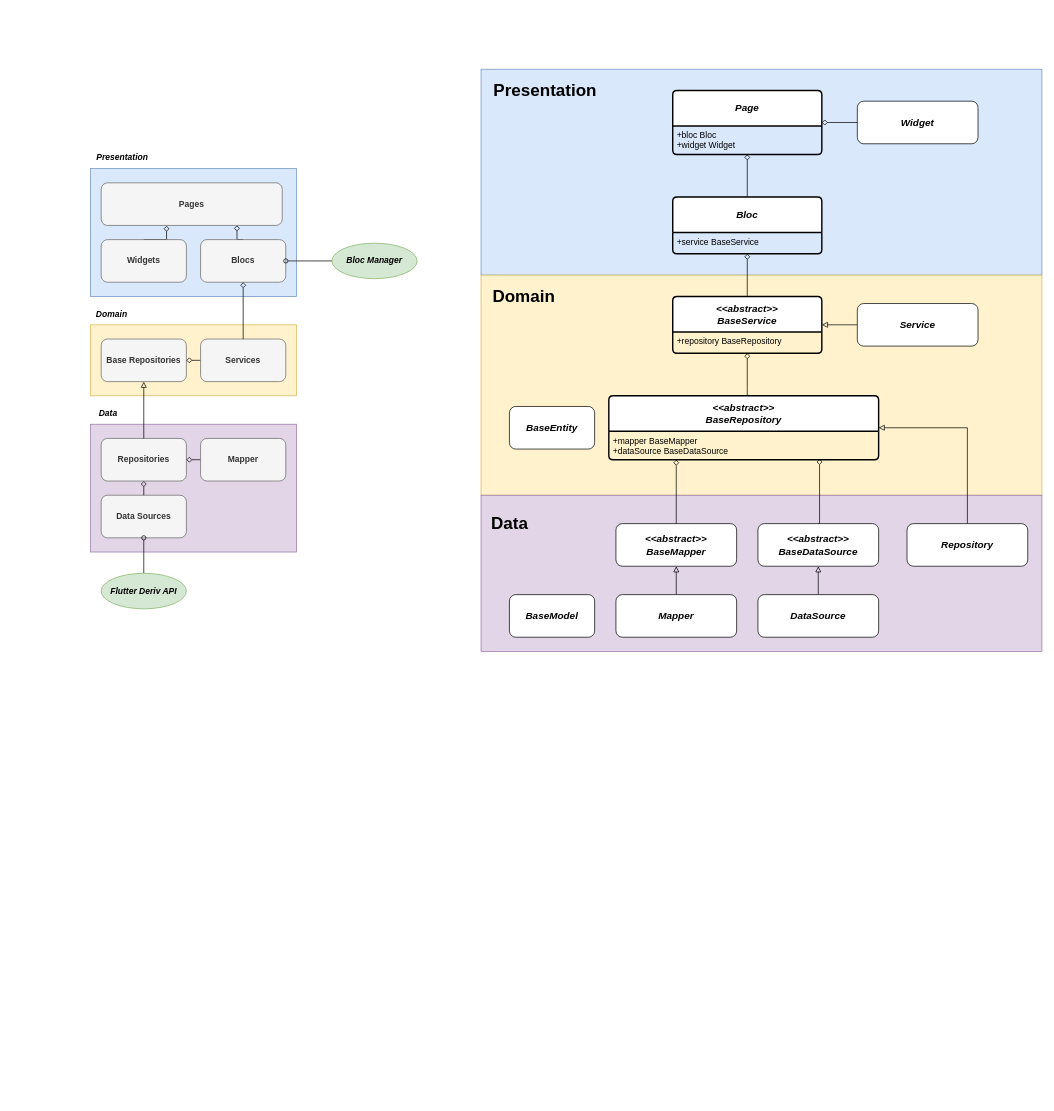
Before: deriv_architecture.drawio in hamed-rezaee/flutter_component_architecture_poc, a draw.io diagram. Source tidied: cells renumbered, new cells numbered last; positions are measured from the earlier drawing's top-left corner, leaving out a move shared by most shapes. Both pictures are drawn from the tidied source at 71%, with x=0, y=0 at pixel (90, 69).
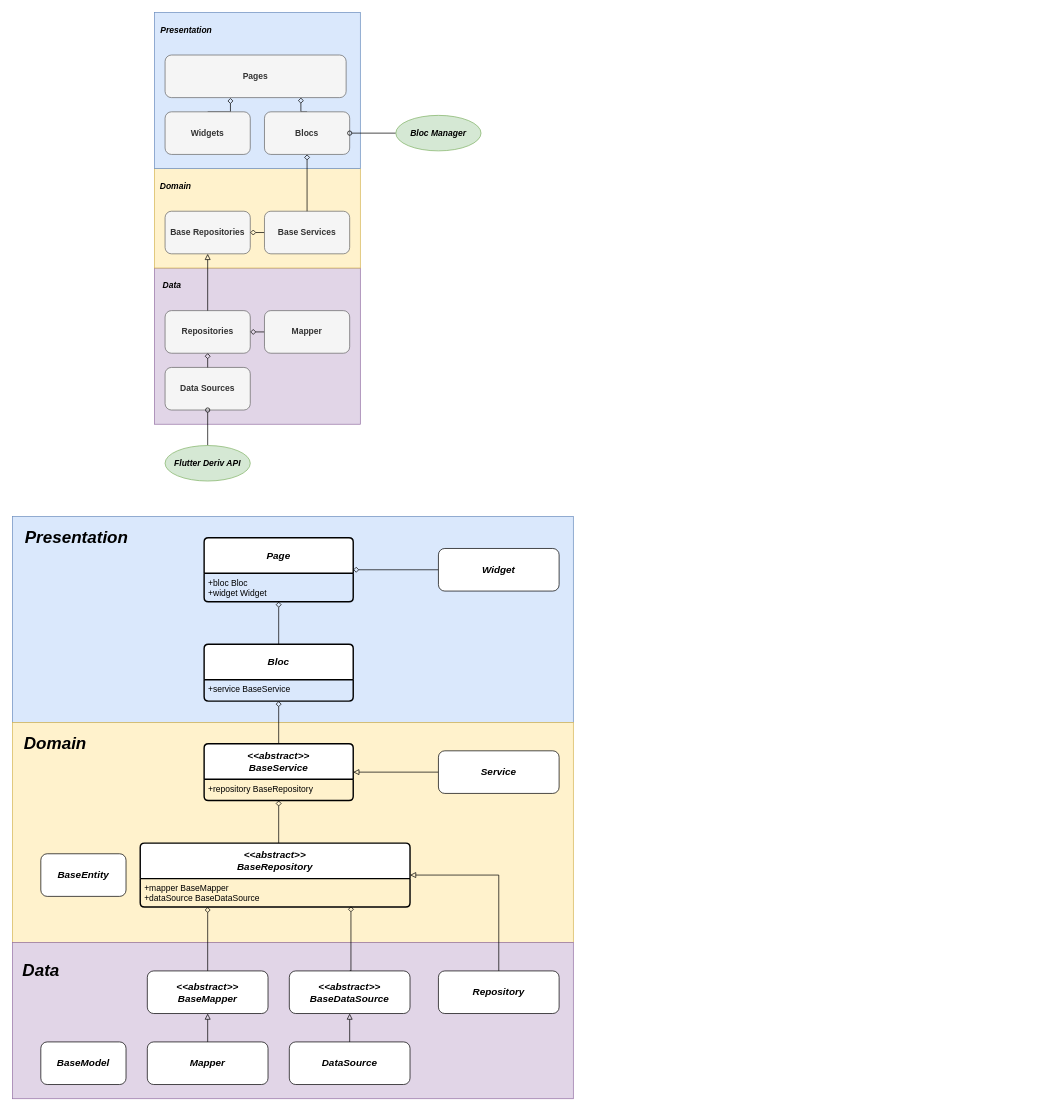
After the change.

Unchanged cells that the change refers to:
```xml
<mxCell id="42" value="+mapper BaseMapper&lt;br&gt;+dataSource BaseDataSource" style="align=left;strokeColor=none;fillColor=none;spacingLeft=4;fontSize=12;verticalAlign=top;html=1;" parent="41" vertex="1">
  <mxGeometry y="50" width="380" height="40" as="geometry" />
</mxCell>
<mxCell id="45" value="+repository BaseRepository&lt;br&gt;" style="align=left;strokeColor=none;fillColor=none;spacingLeft=4;fontSize=12;verticalAlign=top;html=1;" parent="44" vertex="1">
  <mxGeometry y="50" width="210" height="30" as="geometry" />
</mxCell>
```

The edit, as a diff of the source:
```diff
@@
     <mxCell id="2" style="rounded=0;whiteSpace=wrap;html=1;fillColor=#e1d5e7;strokeColor=#9673a6;" parent="1" vertex="1">
-      <mxGeometry y="500" width="290" height="180" as="geometry" />
+      <mxGeometry x="90" y="280" width="290" height="220" as="geometry" />
     </mxCell>
     <mxCell id="3" value="&lt;b&gt;&lt;i&gt;Data&lt;/i&gt;&lt;/b&gt;" style="text;html=1;strokeColor=none;fillColor=none;align=center;verticalAlign=middle;whiteSpace=wrap;rounded=0;" parent="1" vertex="1">
-      <mxGeometry y="470" width="50" height="30" as="geometry" />
+      <mxGeometry x="90" y="290" width="50" height="30" as="geometry" />
     </mxCell>
     <mxCell id="4" value="Data Sources" style="rounded=1;whiteSpace=wrap;html=1;fillColor=#f5f5f5;fontColor=#333333;strokeColor=#666666;fontStyle=1;" parent="1" vertex="1">
-      <mxGeometry x="15" y="600" width="120" height="60" as="geometry" />
+      <mxGeometry x="105" y="420" width="120" height="60" as="geometry" />
     </mxCell>
     <mxCell id="5" value="Repositories" style="rounded=1;whiteSpace=wrap;html=1;fillColor=#f5f5f5;fontColor=#333333;strokeColor=#666666;fontStyle=1;" parent="1" vertex="1">
-      <mxGeometry x="15" y="520" width="120" height="60" as="geometry" />
+      <mxGeometry x="105" y="340" width="120" height="60" as="geometry" />
     </mxCell>
@@
     <mxCell id="8" value="Mapper" style="rounded=1;whiteSpace=wrap;html=1;fillColor=#f5f5f5;fontColor=#333333;strokeColor=#666666;fontStyle=1;" parent="1" vertex="1">
-      <mxGeometry x="155" y="520" width="120" height="60" as="geometry" />
+      <mxGeometry x="245" y="340" width="120" height="60" as="geometry" />
     </mxCell>
@@
     <mxCell id="10" value="&lt;i&gt;Flutter Deriv API&lt;/i&gt;" style="ellipse;whiteSpace=wrap;html=1;fillColor=#d5e8d4;strokeColor=#82b366;fontStyle=1;" parent="1" vertex="1">
-      <mxGeometry x="15" y="710" width="120" height="50" as="geometry" />
+      <mxGeometry x="105" y="530" width="120" height="50" as="geometry" />
     </mxCell>
     <mxCell id="11" style="rounded=0;whiteSpace=wrap;html=1;fillColor=#fff2cc;strokeColor=#d6b656;" parent="1" vertex="1">
-      <mxGeometry y="360" width="290" height="100" as="geometry" />
+      <mxGeometry x="90" y="140" width="290" height="140" as="geometry" />
     </mxCell>
     <mxCell id="12" value="&lt;b&gt;&lt;i&gt;Domain&lt;/i&gt;&lt;/b&gt;" style="text;html=1;strokeColor=none;fillColor=none;align=center;verticalAlign=middle;whiteSpace=wrap;rounded=0;" parent="1" vertex="1">
-      <mxGeometry y="330" width="60" height="30" as="geometry" />
+      <mxGeometry x="90" y="150" width="60" height="30" as="geometry" />
     </mxCell>
     <mxCell id="13" value="Base Repositories" style="rounded=1;whiteSpace=wrap;html=1;fillColor=#f5f5f5;strokeColor=#666666;fontColor=#333333;fontStyle=1;" parent="1" vertex="1">
-      <mxGeometry x="15" y="380" width="120" height="60" as="geometry" />
+      <mxGeometry x="105" y="200" width="120" height="60" as="geometry" />
     </mxCell>
@@
-    <mxCell id="16" value="Services" style="rounded=1;whiteSpace=wrap;html=1;fillColor=#f5f5f5;fontColor=#333333;strokeColor=#666666;fontStyle=1;" parent="1" vertex="1">
-      <mxGeometry x="155" y="380" width="120" height="60" as="geometry" />
+    <mxCell id="16" value="Base Services" style="rounded=1;whiteSpace=wrap;html=1;fillColor=#f5f5f5;fontColor=#333333;strokeColor=#666666;fontStyle=1;" parent="1" vertex="1">
+      <mxGeometry x="245" y="200" width="120" height="60" as="geometry" />
     </mxCell>
     <mxCell id="17" style="rounded=0;whiteSpace=wrap;html=1;fillColor=#dae8fc;strokeColor=#6c8ebf;" parent="1" vertex="1">
-      <mxGeometry y="140" width="290" height="180" as="geometry" />
+      <mxGeometry x="90" y="-80" width="290" height="220" as="geometry" />
     </mxCell>
     <mxCell id="18" value="&lt;b&gt;&lt;i&gt;Presentation&lt;/i&gt;&lt;/b&gt;" style="text;html=1;strokeColor=none;fillColor=none;align=center;verticalAlign=middle;whiteSpace=wrap;rounded=0;" parent="1" vertex="1">
-      <mxGeometry y="110" width="90" height="30" as="geometry" />
+      <mxGeometry x="90" y="-70" width="90" height="30" as="geometry" />
     </mxCell>
@@
     <mxCell id="20" value="Blocs" style="rounded=1;whiteSpace=wrap;html=1;fillColor=#f5f5f5;fontColor=#333333;strokeColor=#666666;fontStyle=1;" parent="1" vertex="1">
-      <mxGeometry x="155" y="240" width="120" height="60" as="geometry" />
+      <mxGeometry x="245" y="60" width="120" height="60" as="geometry" />
     </mxCell>
@@
     <mxCell id="23" value="Widgets" style="rounded=1;whiteSpace=wrap;html=1;fillColor=#f5f5f5;fontColor=#333333;strokeColor=#666666;fontStyle=1;" parent="1" vertex="1">
-      <mxGeometry x="15" y="240" width="120" height="60" as="geometry" />
+      <mxGeometry x="105" y="60" width="120" height="60" as="geometry" />
     </mxCell>
     <mxCell id="24" value="Pages" style="rounded=1;whiteSpace=wrap;html=1;fillColor=#f5f5f5;fontColor=#333333;strokeColor=#666666;fontStyle=1;" parent="1" vertex="1">
-      <mxGeometry x="15" y="160" width="255" height="60" as="geometry" />
+      <mxGeometry x="105" y="-20" width="255" height="60" as="geometry" />
     </mxCell>
@@
     <mxCell id="26" value="&lt;i&gt;Bloc Manager&lt;/i&gt;" style="ellipse;whiteSpace=wrap;html=1;fillColor=#d5e8d4;strokeColor=#82b366;fontStyle=1;" parent="1" vertex="1">
-      <mxGeometry x="340" y="245" width="120" height="50" as="geometry" />
+      <mxGeometry x="430" y="65" width="120" height="50" as="geometry" />
     </mxCell>
     <mxCell id="27" style="rounded=0;whiteSpace=wrap;html=1;fillColor=#dae8fc;strokeColor=#6c8ebf;" parent="1" vertex="1">
-      <mxGeometry x="550" width="790" height="290" as="geometry" />
+      <mxGeometry x="-110" y="630" width="790" height="290" as="geometry" />
     </mxCell>
     <mxCell id="28" style="rounded=0;whiteSpace=wrap;html=1;fillColor=#fff2cc;strokeColor=#d6b656;" parent="1" vertex="1">
-      <mxGeometry x="550" y="290" width="790" height="310" as="geometry" />
+      <mxGeometry x="-110" y="920" width="790" height="310" as="geometry" />
     </mxCell>
     <mxCell id="29" style="rounded=0;whiteSpace=wrap;html=1;fillColor=#e1d5e7;strokeColor=#9673a6;" parent="1" vertex="1">
-      <mxGeometry x="550" y="600" width="790" height="220" as="geometry" />
+      <mxGeometry x="-110" y="1230" width="790" height="220" as="geometry" />
     </mxCell>
     <mxCell id="30" value="&lt;b&gt;&lt;i&gt;&lt;font style=&quot;font-size: 14px;&quot;&gt;BaseModel&lt;/font&gt;&lt;/i&gt;&lt;/b&gt;" style="rounded=1;whiteSpace=wrap;html=1;" parent="1" vertex="1">
-      <mxGeometry x="590" y="740" width="120" height="60" as="geometry" />
+      <mxGeometry x="-70" y="1370" width="120" height="60" as="geometry" />
     </mxCell>
     <mxCell id="31" value="&lt;b&gt;&lt;i&gt;&lt;font style=&quot;font-size: 14px;&quot;&gt;BaseEntity&lt;/font&gt;&lt;/i&gt;&lt;/b&gt;" style="rounded=1;whiteSpace=wrap;html=1;" parent="1" vertex="1">
-      <mxGeometry x="590" y="475" width="120" height="60" as="geometry" />
+      <mxGeometry x="-70" y="1105" width="120" height="60" as="geometry" />
     </mxCell>
     <mxCell id="32" style="edgeStyle=orthogonalEdgeStyle;rounded=0;jettySize=auto;html=1;entryX=0.25;entryY=1;entryDx=0;entryDy=0;endArrow=diamond;endFill=0;exitX=0.5;exitY=0;exitDx=0;exitDy=0;" parent="1" edge="1" source="33" target="42">
       <mxGeometry relative="1" as="geometry">
         <Array as="points">
-          <mxPoint x="825" y="560" />
+          <mxPoint x="165" y="1190" />
         </Array>
       </mxGeometry>
     </mxCell>
     <mxCell id="33" value="&lt;b&gt;&lt;i&gt;&lt;font style=&quot;font-size: 14px;&quot;&gt;&amp;lt;&amp;lt;abstract&amp;gt;&amp;gt;&lt;br&gt;BaseMapper&lt;br&gt;&lt;/font&gt;&lt;/i&gt;&lt;/b&gt;" style="rounded=1;whiteSpace=wrap;html=1;" parent="1" vertex="1">
-      <mxGeometry x="740" y="640" width="170" height="60" as="geometry" />
+      <mxGeometry x="80" y="1270" width="170" height="60" as="geometry" />
     </mxCell>
@@
     <mxCell id="35" value="&lt;b&gt;&lt;i&gt;&lt;font style=&quot;font-size: 14px;&quot;&gt;Mapper&lt;br&gt;&lt;/font&gt;&lt;/i&gt;&lt;/b&gt;" style="rounded=1;whiteSpace=wrap;html=1;" parent="1" vertex="1">
-      <mxGeometry x="740" y="740" width="170" height="60" as="geometry" />
+      <mxGeometry x="80" y="1370" width="170" height="60" as="geometry" />
     </mxCell>
     <mxCell id="36" style="edgeStyle=orthogonalEdgeStyle;rounded=0;jettySize=auto;html=1;entryX=0.781;entryY=0.975;entryDx=0;entryDy=0;endArrow=diamond;endFill=0;exitX=0.5;exitY=0;exitDx=0;exitDy=0;entryPerimeter=0;" parent="1" edge="1" source="37" target="42">
       <mxGeometry relative="1" as="geometry">
         <Array as="points">
-          <mxPoint x="1027" y="640" />
+          <mxPoint x="367" y="1270" />
         </Array>
       </mxGeometry>
     </mxCell>
     <mxCell id="37" value="&lt;b&gt;&lt;i&gt;&lt;font style=&quot;font-size: 14px;&quot;&gt;&amp;lt;&amp;lt;abstract&amp;gt;&amp;gt;&lt;br&gt;BaseDataSource&lt;br&gt;&lt;/font&gt;&lt;/i&gt;&lt;/b&gt;" style="rounded=1;whiteSpace=wrap;html=1;" parent="1" vertex="1">
-      <mxGeometry x="940" y="640" width="170" height="60" as="geometry" />
+      <mxGeometry x="280" y="1270" width="170" height="60" as="geometry" />
     </mxCell>
@@
     <mxCell id="39" value="&lt;b&gt;&lt;i&gt;&lt;font style=&quot;font-size: 14px;&quot;&gt;DataSource&lt;br&gt;&lt;/font&gt;&lt;/i&gt;&lt;/b&gt;" style="rounded=1;whiteSpace=wrap;html=1;" parent="1" vertex="1">
-      <mxGeometry x="940" y="740" width="170" height="60" as="geometry" />
+      <mxGeometry x="280" y="1370" width="170" height="60" as="geometry" />
     </mxCell>
     <mxCell id="40" style="edgeStyle=orthogonalEdgeStyle;rounded=0;jettySize=auto;html=1;endArrow=diamond;endFill=0;" parent="1" edge="1" source="41" target="45">
       <mxGeometry relative="1" as="geometry">
         <Array as="points">
-          <mxPoint x="925" y="450" />
-          <mxPoint x="925" y="450" />
+          <mxPoint x="265" y="1080" />
+          <mxPoint x="265" y="1080" />
         </Array>
       </mxGeometry>
     </mxCell>
     <mxCell id="41" value="&lt;b style=&quot;border-color: var(--border-color); font-size: 12px;&quot;&gt;&lt;i style=&quot;border-color: var(--border-color);&quot;&gt;&lt;font style=&quot;border-color: var(--border-color); font-size: 14px;&quot;&gt;&amp;lt;&amp;lt;abstract&amp;gt;&amp;gt;&lt;br style=&quot;border-color: var(--border-color);&quot;&gt;BaseRepository&lt;/font&gt;&lt;/i&gt;&lt;/b&gt;" style="swimlane;horizontal=1;startSize=50;rounded=1;fontSize=14;fontStyle=0;strokeWidth=2;shadow=0;dashed=0;align=center;arcSize=4;whiteSpace=wrap;html=1;fillStyle=auto;" parent="1" vertex="1">
-      <mxGeometry x="730" y="460" width="380" height="90" as="geometry" />
+      <mxGeometry x="70" y="1090" width="380" height="90" as="geometry" />
     </mxCell>
@@
     <mxCell id="44" value="&lt;b style=&quot;border-color: var(--border-color); font-size: 12px;&quot;&gt;&lt;i style=&quot;border-color: var(--border-color);&quot;&gt;&lt;font style=&quot;border-color: var(--border-color); font-size: 14px;&quot;&gt;&amp;lt;&amp;lt;abstract&amp;gt;&amp;gt;&lt;br style=&quot;border-color: var(--border-color);&quot;&gt;BaseService&lt;/font&gt;&lt;/i&gt;&lt;/b&gt;" style="swimlane;horizontal=1;startSize=50;rounded=1;fontSize=14;fontStyle=0;strokeWidth=2;shadow=0;dashed=0;align=center;arcSize=4;whiteSpace=wrap;html=1;" parent="1" vertex="1">
-      <mxGeometry x="820" y="320" width="210" height="80" as="geometry" />
+      <mxGeometry x="160" y="950" width="210" height="80" as="geometry" />
     </mxCell>
@@
     <mxCell id="47" value="&lt;b&gt;&lt;i&gt;&lt;font style=&quot;font-size: 14px;&quot;&gt;Repository&lt;br&gt;&lt;/font&gt;&lt;/i&gt;&lt;/b&gt;" style="rounded=1;whiteSpace=wrap;html=1;" parent="1" vertex="1">
-      <mxGeometry x="1150" y="640" width="170" height="60" as="geometry" />
+      <mxGeometry x="490" y="1270" width="170" height="60" as="geometry" />
     </mxCell>
-    <mxCell id="48" style="edgeStyle=orthogonalEdgeStyle;rounded=0;jettySize=auto;html=1;entryX=1;entryY=0.5;entryDx=0;entryDy=0;endArrow=block;endFill=0;" parent="1" edge="1" source="49" target="44">
+    <mxCell id="48" style="edgeStyle=orthogonalEdgeStyle;rounded=0;jettySize=auto;html=1;entryX=1;entryY=0.5;entryDx=0;entryDy=0;endArrow=block;endFill=0;exitX=0;exitY=0.5;exitDx=0;exitDy=0;" parent="1" edge="1" source="49" target="44">
       <mxGeometry relative="1" as="geometry" />
     </mxCell>
     <mxCell id="49" value="&lt;b&gt;&lt;i&gt;&lt;font style=&quot;font-size: 14px;&quot;&gt;Service&lt;br&gt;&lt;/font&gt;&lt;/i&gt;&lt;/b&gt;" style="rounded=1;whiteSpace=wrap;html=1;" parent="1" vertex="1">
-      <mxGeometry x="1080" y="330" width="170" height="60" as="geometry" />
+      <mxGeometry x="490" y="960" width="170" height="60" as="geometry" />
     </mxCell>
@@
     <mxCell id="51" value="&lt;b&gt;&lt;i&gt;Bloc&lt;/i&gt;&lt;/b&gt;" style="swimlane;horizontal=1;startSize=50;rounded=1;fontSize=14;fontStyle=0;strokeWidth=2;shadow=0;dashed=0;align=center;arcSize=4;whiteSpace=wrap;html=1;" parent="1" vertex="1">
-      <mxGeometry x="820" y="180" width="210" height="80" as="geometry" />
+      <mxGeometry x="160" y="810" width="210" height="80" as="geometry" />
     </mxCell>
@@
     <mxCell id="54" value="&lt;b&gt;&lt;i&gt;&lt;font style=&quot;font-size: 14px;&quot;&gt;Widget&lt;br&gt;&lt;/font&gt;&lt;/i&gt;&lt;/b&gt;" style="rounded=1;whiteSpace=wrap;html=1;" parent="1" vertex="1">
-      <mxGeometry x="1080" y="45" width="170" height="60" as="geometry" />
+      <mxGeometry x="490" y="675" width="170" height="60" as="geometry" />
     </mxCell>
     <mxCell id="55" value="&lt;b&gt;&lt;i&gt;Page&lt;/i&gt;&lt;/b&gt;" style="swimlane;horizontal=1;startSize=50;rounded=1;fontSize=14;fontStyle=0;strokeWidth=2;shadow=0;dashed=0;align=center;arcSize=4;whiteSpace=wrap;html=1;" parent="1" vertex="1">
-      <mxGeometry x="820" y="30" width="210" height="90" as="geometry" />
+      <mxGeometry x="160" y="660" width="210" height="90" as="geometry" />
     </mxCell>
@@
-    <mxCell id="57" value="Presentation" style="text;strokeColor=none;fillColor=none;html=1;fontSize=24;fontStyle=1;verticalAlign=middle;align=center;" parent="1" vertex="1">
-      <mxGeometry x="560" y="10" width="160" height="40" as="geometry" />
+    <mxCell id="57" value="Presentation" style="text;strokeColor=none;fillColor=none;html=1;fontSize=24;fontStyle=3;verticalAlign=middle;align=center;" parent="1" vertex="1">
+      <mxGeometry x="-100" y="640" width="160" height="40" as="geometry" />
     </mxCell>
-    <mxCell id="58" value="Domain" style="text;strokeColor=none;fillColor=none;html=1;fontSize=24;fontStyle=1;verticalAlign=middle;align=center;" parent="1" vertex="1">
-      <mxGeometry x="560" y="300" width="100" height="40" as="geometry" />
+    <mxCell id="58" value="Domain" style="text;strokeColor=none;fillColor=none;html=1;fontSize=24;fontStyle=3;verticalAlign=middle;align=center;" parent="1" vertex="1">
+      <mxGeometry x="-100" y="930" width="100" height="40" as="geometry" />
     </mxCell>
-    <mxCell id="59" value="Data" style="text;strokeColor=none;fillColor=none;html=1;fontSize=24;fontStyle=1;verticalAlign=middle;align=center;" parent="1" vertex="1">
-      <mxGeometry x="560" y="620" width="60" height="40" as="geometry" />
+    <mxCell id="59" value="Data" style="text;strokeColor=none;fillColor=none;html=1;fontSize=24;fontStyle=3;verticalAlign=middle;align=center;" parent="1" vertex="1">
+      <mxGeometry x="-100" y="1250" width="60" height="40" as="geometry" />
     </mxCell>
```
